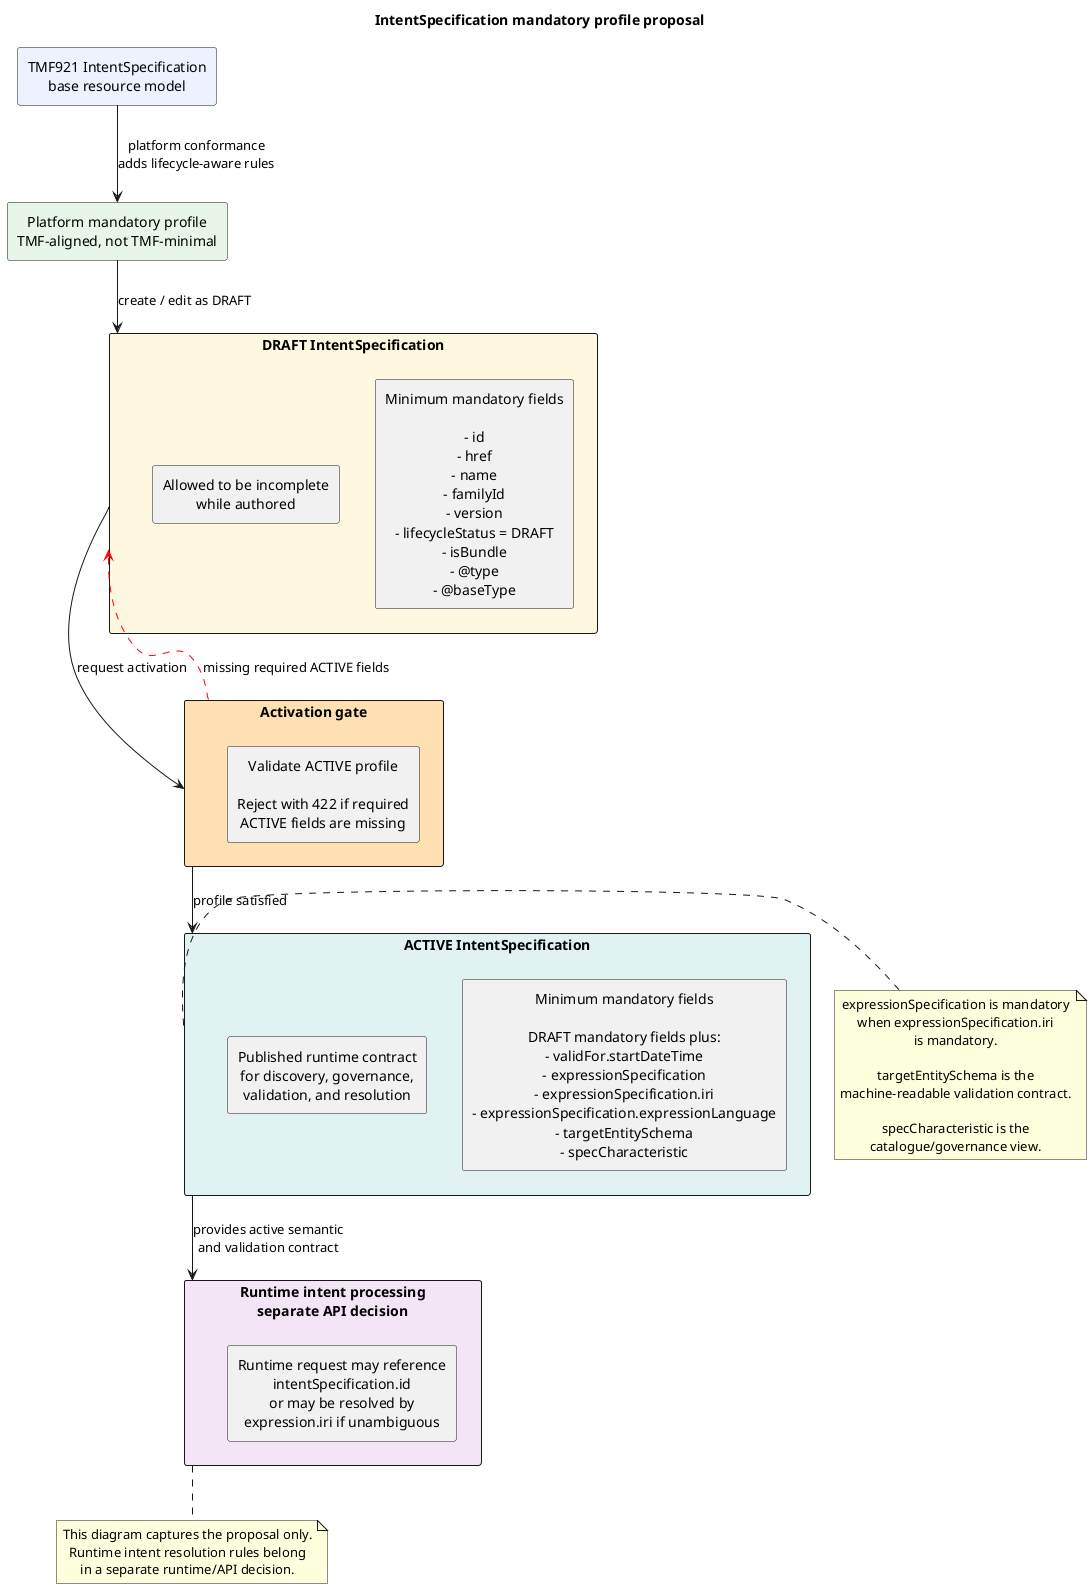
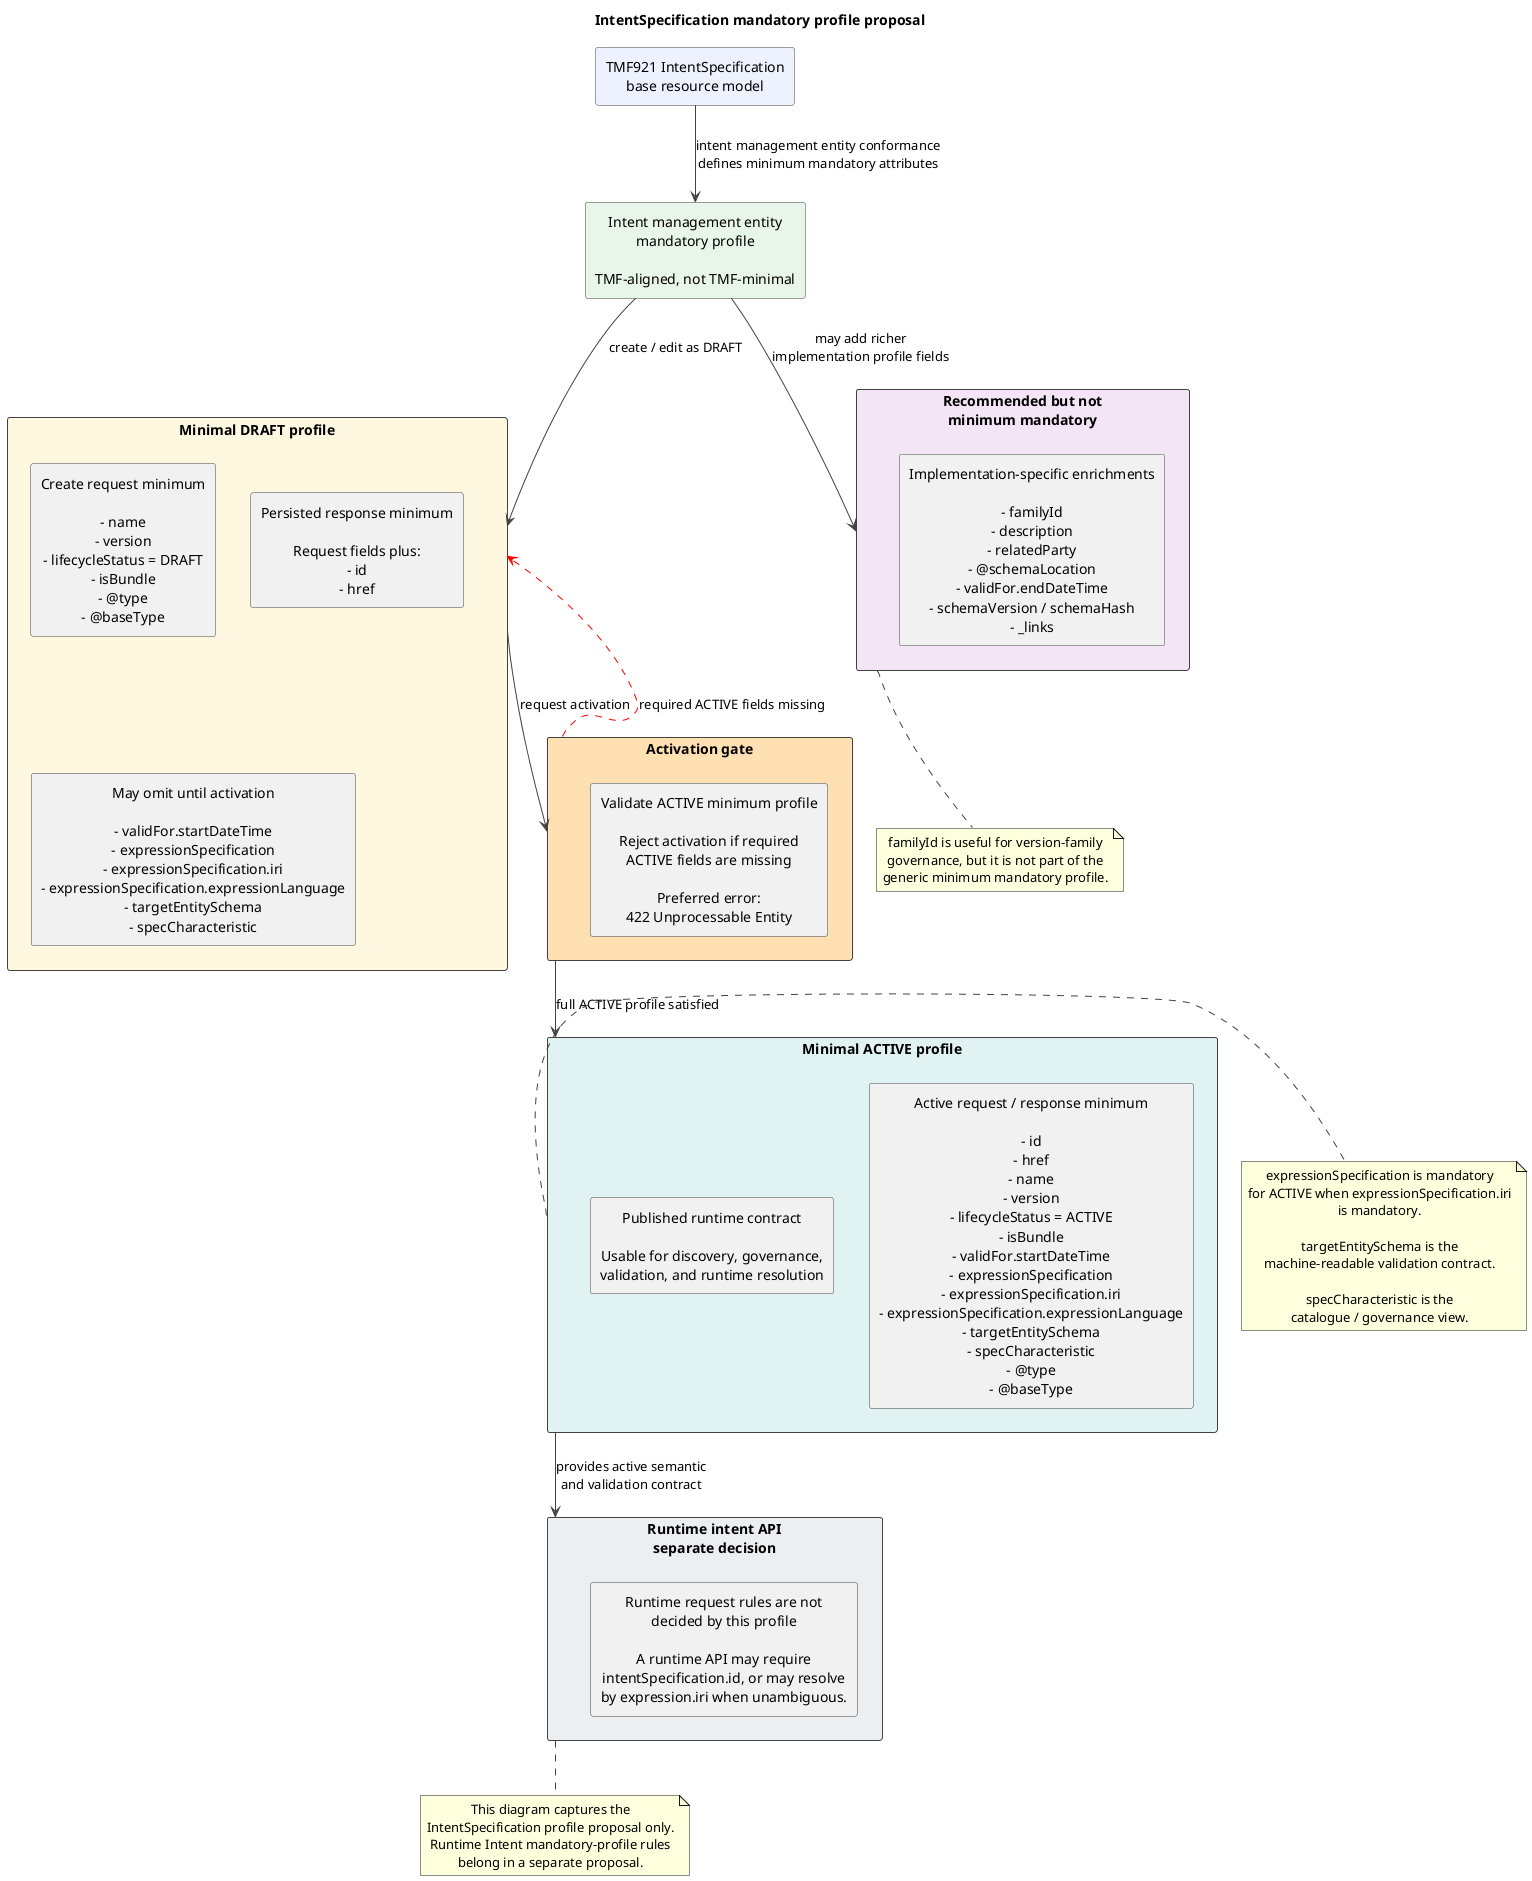
@startuml
title IntentSpecification mandatory profile proposal

skinparam shadowing false
skinparam defaultTextAlignment center
skinparam packageStyle rectangle
+ skinparam ArrowColor #424242
+ skinparam RectangleBorderColor #424242

rectangle "TMF921 IntentSpecification\nbase resource model" as TMF #EEF2FF

- rectangle "Platform mandatory profile\nTMF-aligned, not TMF-minimal" as PROFILE #E8F5E9
+ rectangle "Intent management entity\nmandatory profile\n\nTMF-aligned, not TMF-minimal" as PROFILE #E8F5E9

- TMF --> PROFILE : platform conformance\nadds lifecycle-aware rules
+ TMF --> PROFILE : intent management entity conformance\ndefines minimum mandatory attributes

- rectangle "DRAFT IntentSpecification" as DRAFT #FFF8E1 {
-   rectangle "Minimum mandatory fields\n\n- id\n- href\n- name\n- familyId\n- version\n- lifecycleStatus = DRAFT\n- isBundle\n- @type\n- @baseType" as DRAFT_FIELDS
-   rectangle "Allowed to be incomplete\nwhile authored" as DRAFT_INCOMPLETE
+ rectangle "Minimal DRAFT profile" as DRAFT #FFF8E1 {
+   rectangle "Create request minimum\n\n- name\n- version\n- lifecycleStatus = DRAFT\n- isBundle\n- @type\n- @baseType" as DRAFT_REQ
+   rectangle "Persisted response minimum\n\nRequest fields plus:\n- id\n- href" as DRAFT_RESP
+   rectangle "May omit until activation\n\n- validFor.startDateTime\n- expressionSpecification\n- expressionSpecification.iri\n- expressionSpecification.expressionLanguage\n- targetEntitySchema\n- specCharacteristic" as DRAFT_OMIT
}

rectangle "Activation gate" as GATE #FFE0B2 {
-   rectangle "Validate ACTIVE profile\n\nReject with 422 if required\nACTIVE fields are missing" as VALIDATE
+   rectangle "Validate ACTIVE minimum profile\n\nReject activation if required\nACTIVE fields are missing\n\nPreferred error:\n422 Unprocessable Entity" as VALIDATE
}

- rectangle "ACTIVE IntentSpecification" as ACTIVE #E0F2F1 {
-   rectangle "Minimum mandatory fields\n\nDRAFT mandatory fields plus:\n- validFor.startDateTime\n- expressionSpecification\n- expressionSpecification.iri\n- expressionSpecification.expressionLanguage\n- targetEntitySchema\n- specCharacteristic" as ACTIVE_FIELDS
-   rectangle "Published runtime contract\nfor discovery, governance,\nvalidation, and resolution" as ACTIVE_CONTRACT
+ rectangle "Minimal ACTIVE profile" as ACTIVE #E0F2F1 {
+   rectangle "Active request / response minimum\n\n- id\n- href\n- name\n- version\n- lifecycleStatus = ACTIVE\n- isBundle\n- validFor.startDateTime\n- expressionSpecification\n- expressionSpecification.iri\n- expressionSpecification.expressionLanguage\n- targetEntitySchema\n- specCharacteristic\n- @type\n- @baseType" as ACTIVE_FIELDS
+   rectangle "Published runtime contract\n\nUsable for discovery, governance,\nvalidation, and runtime resolution" as ACTIVE_CONTRACT
}

- rectangle "Runtime intent processing\nseparate API decision" as RUNTIME #F3E5F5 {
-   rectangle "Runtime request may reference\nintentSpecification.id\nor may be resolved by\nexpression.iri if unambiguous" as RUNTIME_RULE
+ rectangle "Recommended but not\nminimum mandatory" as OPTIONAL #F3E5F5 {
+   rectangle "Implementation-specific enrichments\n\n- familyId\n- description\n- relatedParty\n- @schemaLocation\n- validFor.endDateTime\n- schemaVersion / schemaHash\n- _links" as OPTIONAL_FIELDS
+ }
+ 
+ rectangle "Runtime intent API\nseparate decision" as RUNTIME #ECEFF1 {
+   rectangle "Runtime request rules are not\ndecided by this profile\n\nA runtime API may require\nintentSpecification.id, or may resolve\nby expression.iri when unambiguous." as RUNTIME_RULE
}

PROFILE --> DRAFT : create / edit as DRAFT
DRAFT --> GATE : request activation
- GATE --> ACTIVE : profile satisfied
- GATE -[#red,dashed]-> DRAFT : missing required ACTIVE fields
+ GATE --> ACTIVE : full ACTIVE profile satisfied
+ GATE -[#red,dashed]-> DRAFT : required ACTIVE fields missing
ACTIVE --> RUNTIME : provides active semantic\nand validation contract
+ PROFILE --> OPTIONAL : may add richer\nimplementation profile fields

note right of ACTIVE
expressionSpecification is mandatory
- when expressionSpecification.iri
+ for ACTIVE when expressionSpecification.iri
is mandatory.

targetEntitySchema is the
machine-readable validation contract.

specCharacteristic is the
- catalogue/governance view.
+ catalogue / governance view.
+ end note
+ 
+ note bottom of OPTIONAL
+ familyId is useful for version-family
+ governance, but it is not part of the
+ generic minimum mandatory profile.
end note

note bottom of RUNTIME
- This diagram captures the proposal only.
- Runtime intent resolution rules belong
- in a separate runtime/API decision.
+ This diagram captures the
+ IntentSpecification profile proposal only.
+ Runtime Intent mandatory-profile rules
+ belong in a separate proposal.
end note

@enduml
